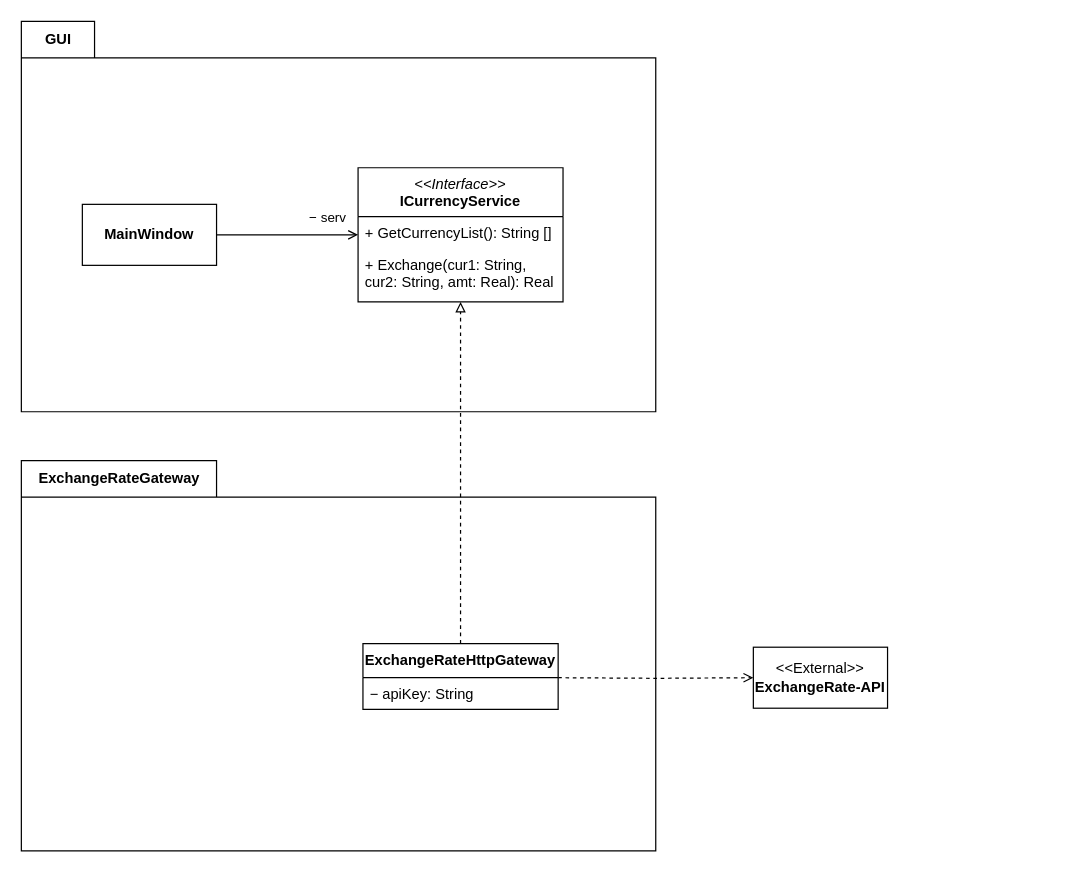
Above: Lab_4/Lab_4.drawio in 4lnULpGkuW/OOAD2 (draw.io), before the change. Source tidied: cells renumbered, new cells numbered last; positions are measured from the earlier drawing's top-left corner, leaving out a move shared by most shapes. Both pictures are drawn from the tidied source at 122%, with x=0, y=0 at pixel (21, 21).
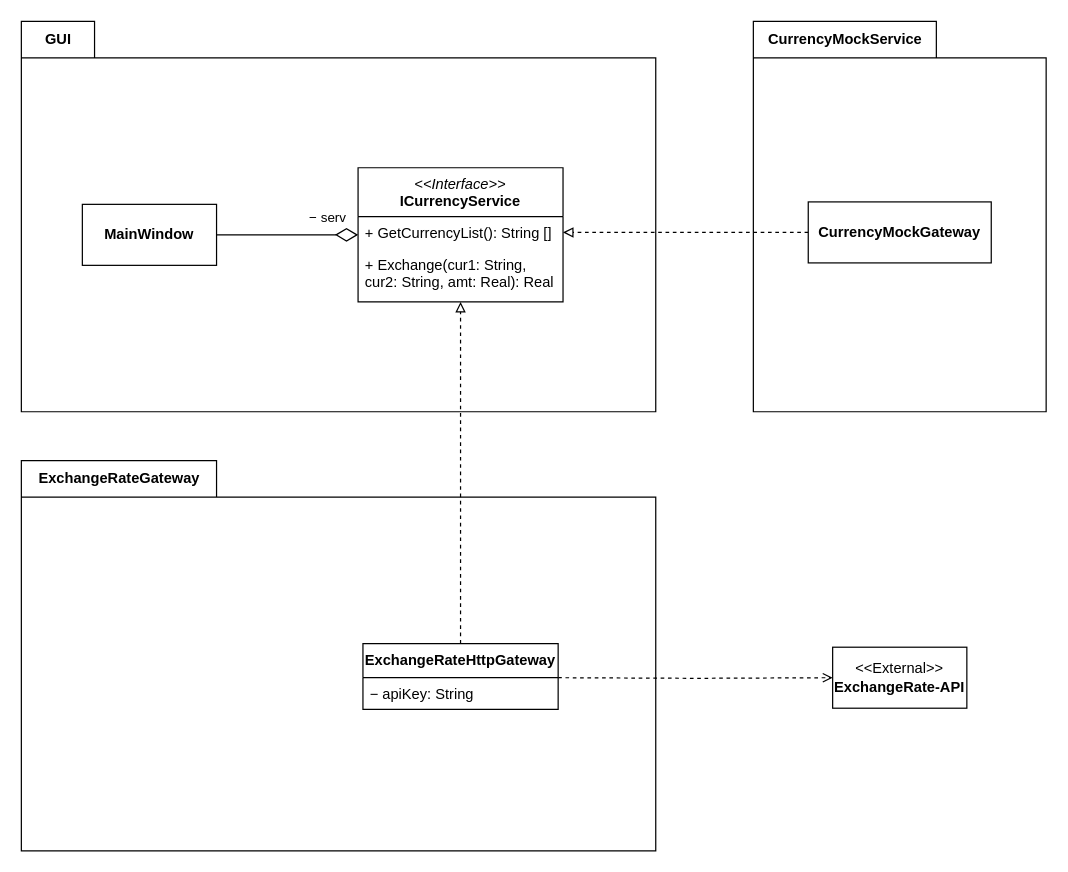
After the change.

The change refers to these unchanged cells:
```xml
<mxCell id="6" value="&lt;b&gt;MainWindow&lt;/b&gt;" style="html=1;whiteSpace=wrap;" parent="1" vertex="1">
  <mxGeometry x="50" y="150" width="110" height="50" as="geometry" />
</mxCell>
<mxCell id="7" value="&lt;i style=&quot;font-weight: 400;&quot;&gt;&amp;lt;&amp;lt;Interface&amp;gt;&amp;gt;&lt;/i&gt;&lt;br&gt;ICurrencyService" style="swimlane;fontStyle=1;align=center;verticalAlign=top;horizontal=1;startSize=40;whiteSpace=wrap;html=1;" parent="1" vertex="1">
  <mxGeometry x="276" y="120" width="168" height="110" as="geometry" />
</mxCell>
<mxCell id="8" value="+ GetCurrencyList(): String []" style="text;strokeColor=none;fillColor=none;align=left;verticalAlign=top;spacingLeft=4;spacingRight=4;overflow=hidden;points=[[0,0.5],[1,0.5]];portConstraint=eastwest;whiteSpace=wrap;html=1;" parent="7" vertex="1">
  <mxGeometry y="40" width="168" height="26" as="geometry" />
</mxCell>
```

Change to the diagram source:
```diff
@@
-    <mxCell id="4" style="edgeStyle=orthogonalEdgeStyle;rounded=0;jettySize=auto;html=1;exitX=1;exitY=0.5;exitDx=0;exitDy=0;entryX=0;entryY=0.5;entryDx=0;entryDy=0;endArrow=open;endFill=0;" parent="1" edge="1" source="6" target="7">
+    <mxCell id="4" style="edgeStyle=orthogonalEdgeStyle;rounded=0;jettySize=auto;html=1;exitX=1;exitY=0.5;exitDx=0;exitDy=0;entryX=0;entryY=0.5;entryDx=0;entryDy=0;endArrow=diamondThin;endFill=0;endSize=16;" parent="1" edge="1" source="6" target="7">
       <mxGeometry relative="1" as="geometry" />
     </mxCell>
@@
     <mxCell id="16" value="&lt;div&gt;&lt;span style=&quot;font-size: 12px;&quot;&gt;&amp;lt;&amp;lt;External&amp;gt;&amp;gt;&lt;/span&gt;&lt;/div&gt;&lt;div&gt;&lt;span style=&quot;font-size: 12px;&quot;&gt;&lt;b&gt;ExchangeRate-API&lt;/b&gt;&lt;/span&gt;&lt;/div&gt;" style="html=1;whiteSpace=wrap;fontFamily=Helvetica;fontSize=11;fontColor=default;labelBackgroundColor=default;" parent="1" vertex="1">
-      <mxGeometry x="600" y="513" width="110" height="50" as="geometry" />
+      <mxGeometry x="665" y="513" width="110" height="50" as="geometry" />
     </mxCell>
+    <mxCell id="17" style="shape=folder;fontStyle=1;spacingTop=10;tabWidth=150;tabHeight=30;tabPosition=left;html=1;whiteSpace=wrap;" parent="1" vertex="1">
+      <mxGeometry x="600" width="240" height="320" as="geometry" />
+    </mxCell>
+    <mxCell id="18" value="&lt;span style=&quot;text-wrap-mode: wrap;&quot;&gt;CurrencyMockService&lt;/span&gt;" style="text;align=center;fontStyle=1;verticalAlign=middle;spacingLeft=3;spacingRight=3;strokeColor=none;html=1;" parent="1" vertex="1">
+      <mxGeometry x="600" width="150" height="30" as="geometry" />
+    </mxCell>
+    <mxCell id="19" style="edgeStyle=orthogonalEdgeStyle;rounded=0;jettySize=auto;html=1;entryX=1;entryY=0.5;entryDx=0;entryDy=0;dashed=1;endArrow=block;endFill=0;" parent="1" edge="1" source="20" target="8">
+      <mxGeometry relative="1" as="geometry" />
+    </mxCell>
+    <mxCell id="20" value="&lt;span style=&quot;font-weight: 700;&quot;&gt;CurrencyMockGateway&lt;/span&gt;" style="html=1;whiteSpace=wrap;" parent="1" vertex="1">
+      <mxGeometry x="645" y="148" width="150" height="50" as="geometry" />
+    </mxCell>
```
